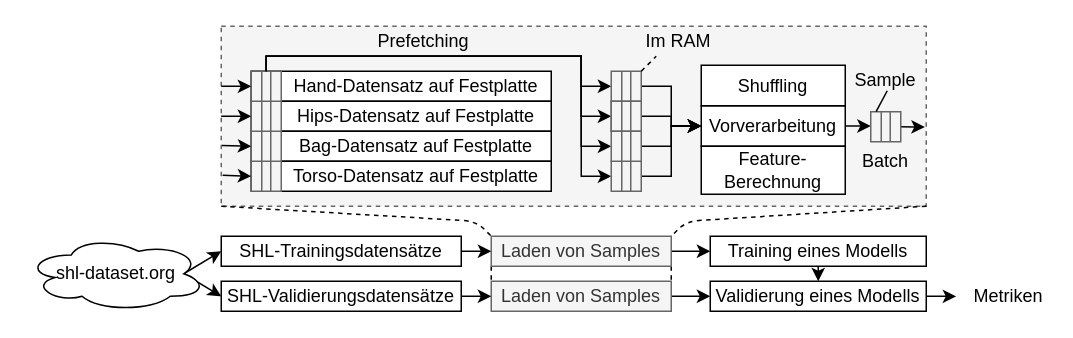
PhilippMatthes/diplom keeps this draw.io diagram as images/streaming.drawio. Above is the earlier version. Source tidied: cells renumbered, new cells numbered last; positions are measured from the earlier drawing's top-left corner, leaving out a move shared by most shapes. Both pictures are drawn from the tidied source at 150%, with x=0, y=0 at pixel (26, 26).
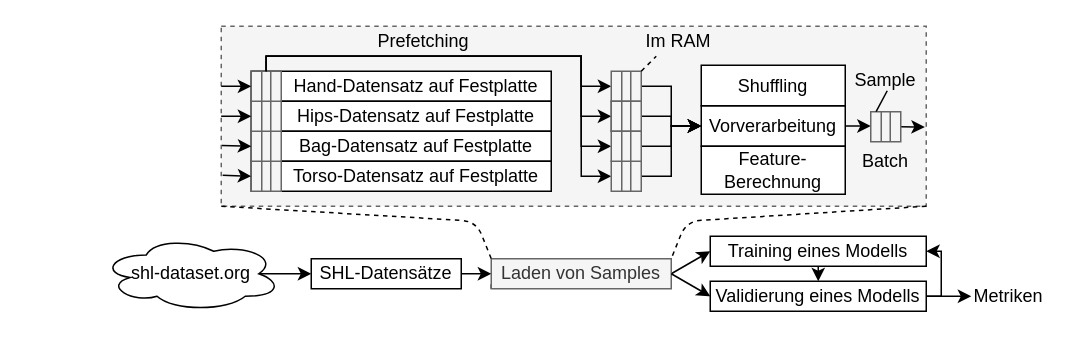
The same diagram, later.

The change refers to these unchanged cells:
```xml
<mxCell id="46" value="Training eines Modells" style="rounded=0;whiteSpace=wrap;html=1;" parent="1" vertex="1">
  <mxGeometry x="456" y="140" width="144" height="20" as="geometry" />
</mxCell>
<mxCell id="56" value="Validierung eines Modells" style="rounded=0;whiteSpace=wrap;html=1;" parent="1" vertex="1">
  <mxGeometry x="456" y="170" width="144" height="20" as="geometry" />
</mxCell>
<mxCell id="60" value="Metriken" style="text;html=1;strokeColor=none;fillColor=none;align=center;verticalAlign=middle;whiteSpace=wrap;rounded=0;" parent="1" vertex="1">
  <mxGeometry x="630" y="170" width="50" height="20" as="geometry" />
</mxCell>
```

Diff of the diagram source:
```diff
@@
-    <mxCell id="42" style="edgeStyle=none;rounded=0;jettySize=auto;html=1;exitX=0;exitY=1;exitDx=0;exitDy=0;entryX=0;entryY=0;entryDx=0;entryDy=0;dashed=1;startArrow=none;startFill=0;endArrow=none;endFill=0;" parent="1" edge="1" source="44" target="48">
-      <mxGeometry relative="1" as="geometry" />
+    <mxCell id="42" style="edgeStyle=none;rounded=0;jettySize=auto;html=1;exitX=0;exitY=1;exitDx=0;exitDy=0;entryX=0;entryY=0;entryDx=0;entryDy=0;dashed=1;startArrow=none;startFill=0;endArrow=none;endFill=0;" parent="1" edge="1" source="44">
+      <mxGeometry relative="1" as="geometry">
+        <mxPoint x="310" y="170" as="targetPoint" />
+      </mxGeometry>
     </mxCell>
-    <mxCell id="43" style="edgeStyle=none;rounded=0;jettySize=auto;html=1;exitX=1;exitY=1;exitDx=0;exitDy=0;entryX=1;entryY=0;entryDx=0;entryDy=0;dashed=1;startArrow=none;startFill=0;endArrow=none;endFill=0;" parent="1" edge="1" source="44" target="48">
-      <mxGeometry relative="1" as="geometry" />
+    <mxCell id="43" style="edgeStyle=none;rounded=0;jettySize=auto;html=1;exitX=1;exitY=1;exitDx=0;exitDy=0;entryX=1;entryY=0;entryDx=0;entryDy=0;dashed=1;startArrow=none;startFill=0;endArrow=none;endFill=0;" parent="1" edge="1" source="44">
+      <mxGeometry relative="1" as="geometry">
+        <mxPoint x="430" y="170" as="targetPoint" />
+      </mxGeometry>
     </mxCell>
     <mxCell id="44" value="Laden von Samples" style="rounded=0;whiteSpace=wrap;html=1;fillColor=#f5f5f5;strokeColor=#666666;fontColor=#333333;" parent="1" vertex="1">
-      <mxGeometry x="310" y="140" width="120" height="20" as="geometry" />
+      <mxGeometry x="310" y="155" width="120" height="20" as="geometry" />
     </mxCell>
@@
-    <mxCell id="47" style="edgeStyle=none;rounded=0;jettySize=auto;html=1;exitX=1;exitY=0.5;exitDx=0;exitDy=0;entryX=0;entryY=0.5;entryDx=0;entryDy=0;startArrow=none;startFill=0;endArrow=classic;endFill=1;" parent="1" edge="1" source="48" target="56">
+    <mxCell id="47" style="edgeStyle=none;rounded=0;jettySize=auto;html=1;exitX=1;exitY=0.5;exitDx=0;exitDy=0;entryX=0;entryY=0.5;entryDx=0;entryDy=0;startArrow=none;startFill=0;endArrow=classic;endFill=1;" parent="1" edge="1" source="44" target="56">
       <mxGeometry relative="1" as="geometry" />
     </mxCell>
-    <mxCell id="48" value="Laden von Samples" style="rounded=0;whiteSpace=wrap;html=1;fillColor=#f5f5f5;strokeColor=#666666;fontColor=#333333;" parent="1" vertex="1">
-      <mxGeometry x="310" y="170" width="120" height="20" as="geometry" />
-    </mxCell>
@@
-    <mxCell id="50" value="SHL-Trainingsdatensätze" style="rounded=0;whiteSpace=wrap;html=1;" parent="1" vertex="1">
-      <mxGeometry x="130" y="140" width="160" height="20" as="geometry" />
+    <mxCell id="50" value="SHL-Datensätze" style="rounded=0;whiteSpace=wrap;html=1;" parent="1" vertex="1">
+      <mxGeometry x="190" y="155" width="100" height="20" as="geometry" />
     </mxCell>
-    <mxCell id="51" style="edgeStyle=none;rounded=0;jettySize=auto;html=1;exitX=1;exitY=0.5;exitDx=0;exitDy=0;entryX=0;entryY=0.5;entryDx=0;entryDy=0;startArrow=none;startFill=0;endArrow=classic;endFill=1;" parent="1" edge="1" source="52" target="48">
-      <mxGeometry relative="1" as="geometry" />
-    </mxCell>
-    <mxCell id="52" value="SHL-Validierungsdatensätze" style="rounded=0;whiteSpace=wrap;html=1;" parent="1" vertex="1">
-      <mxGeometry x="130" y="170" width="160" height="20" as="geometry" />
-    </mxCell>
@@
-    <mxCell id="55" style="edgeStyle=none;rounded=0;jettySize=auto;html=1;exitX=1;exitY=0.5;exitDx=0;exitDy=0;startArrow=none;startFill=0;endArrow=classic;endFill=1;" parent="1" edge="1" source="56">
-      <mxGeometry relative="1" as="geometry">
-        <mxPoint x="620" y="180.1" as="targetPoint" />
-      </mxGeometry>
+    <mxCell id="55" style="edgeStyle=none;rounded=0;jettySize=auto;html=1;exitX=1;exitY=0.5;exitDx=0;exitDy=0;startArrow=none;startFill=0;endArrow=classic;endFill=1;entryX=0;entryY=0.5;entryDx=0;entryDy=0;" parent="1" edge="1" source="56" target="60">
+      <mxGeometry relative="1" as="geometry" />
     </mxCell>
@@
-    <mxCell id="58" style="edgeStyle=none;rounded=0;jettySize=auto;html=1;exitX=0.875;exitY=0.5;exitDx=0;exitDy=0;exitPerimeter=0;entryX=0;entryY=0.5;entryDx=0;entryDy=0;startArrow=none;startFill=0;endArrow=classic;endFill=1;" parent="1" edge="1" source="59" target="52">
-      <mxGeometry relative="1" as="geometry" />
-    </mxCell>
     <mxCell id="59" value="shl-dataset.org" style="ellipse;shape=cloud;whiteSpace=wrap;html=1;" parent="1" vertex="1">
-      <mxGeometry y="140" width="120" height="50" as="geometry" />
+      <mxGeometry x="50" y="140" width="120" height="50" as="geometry" />
     </mxCell>
@@
+    <mxCell id="69" style="edgeStyle=orthogonalEdgeStyle;rounded=0;jettySize=auto;html=1;exitX=1;exitY=0.5;exitDx=0;exitDy=0;startArrow=none;startFill=0;endArrow=classic;endFill=1;entryX=1;entryY=0.5;entryDx=0;entryDy=0;" parent="1" edge="1" source="56" target="46">
+      <mxGeometry relative="1" as="geometry">
+        <Array as="points">
+          <mxPoint x="610" y="180" />
+          <mxPoint x="610" y="150" />
+        </Array>
+      </mxGeometry>
+    </mxCell>
```
